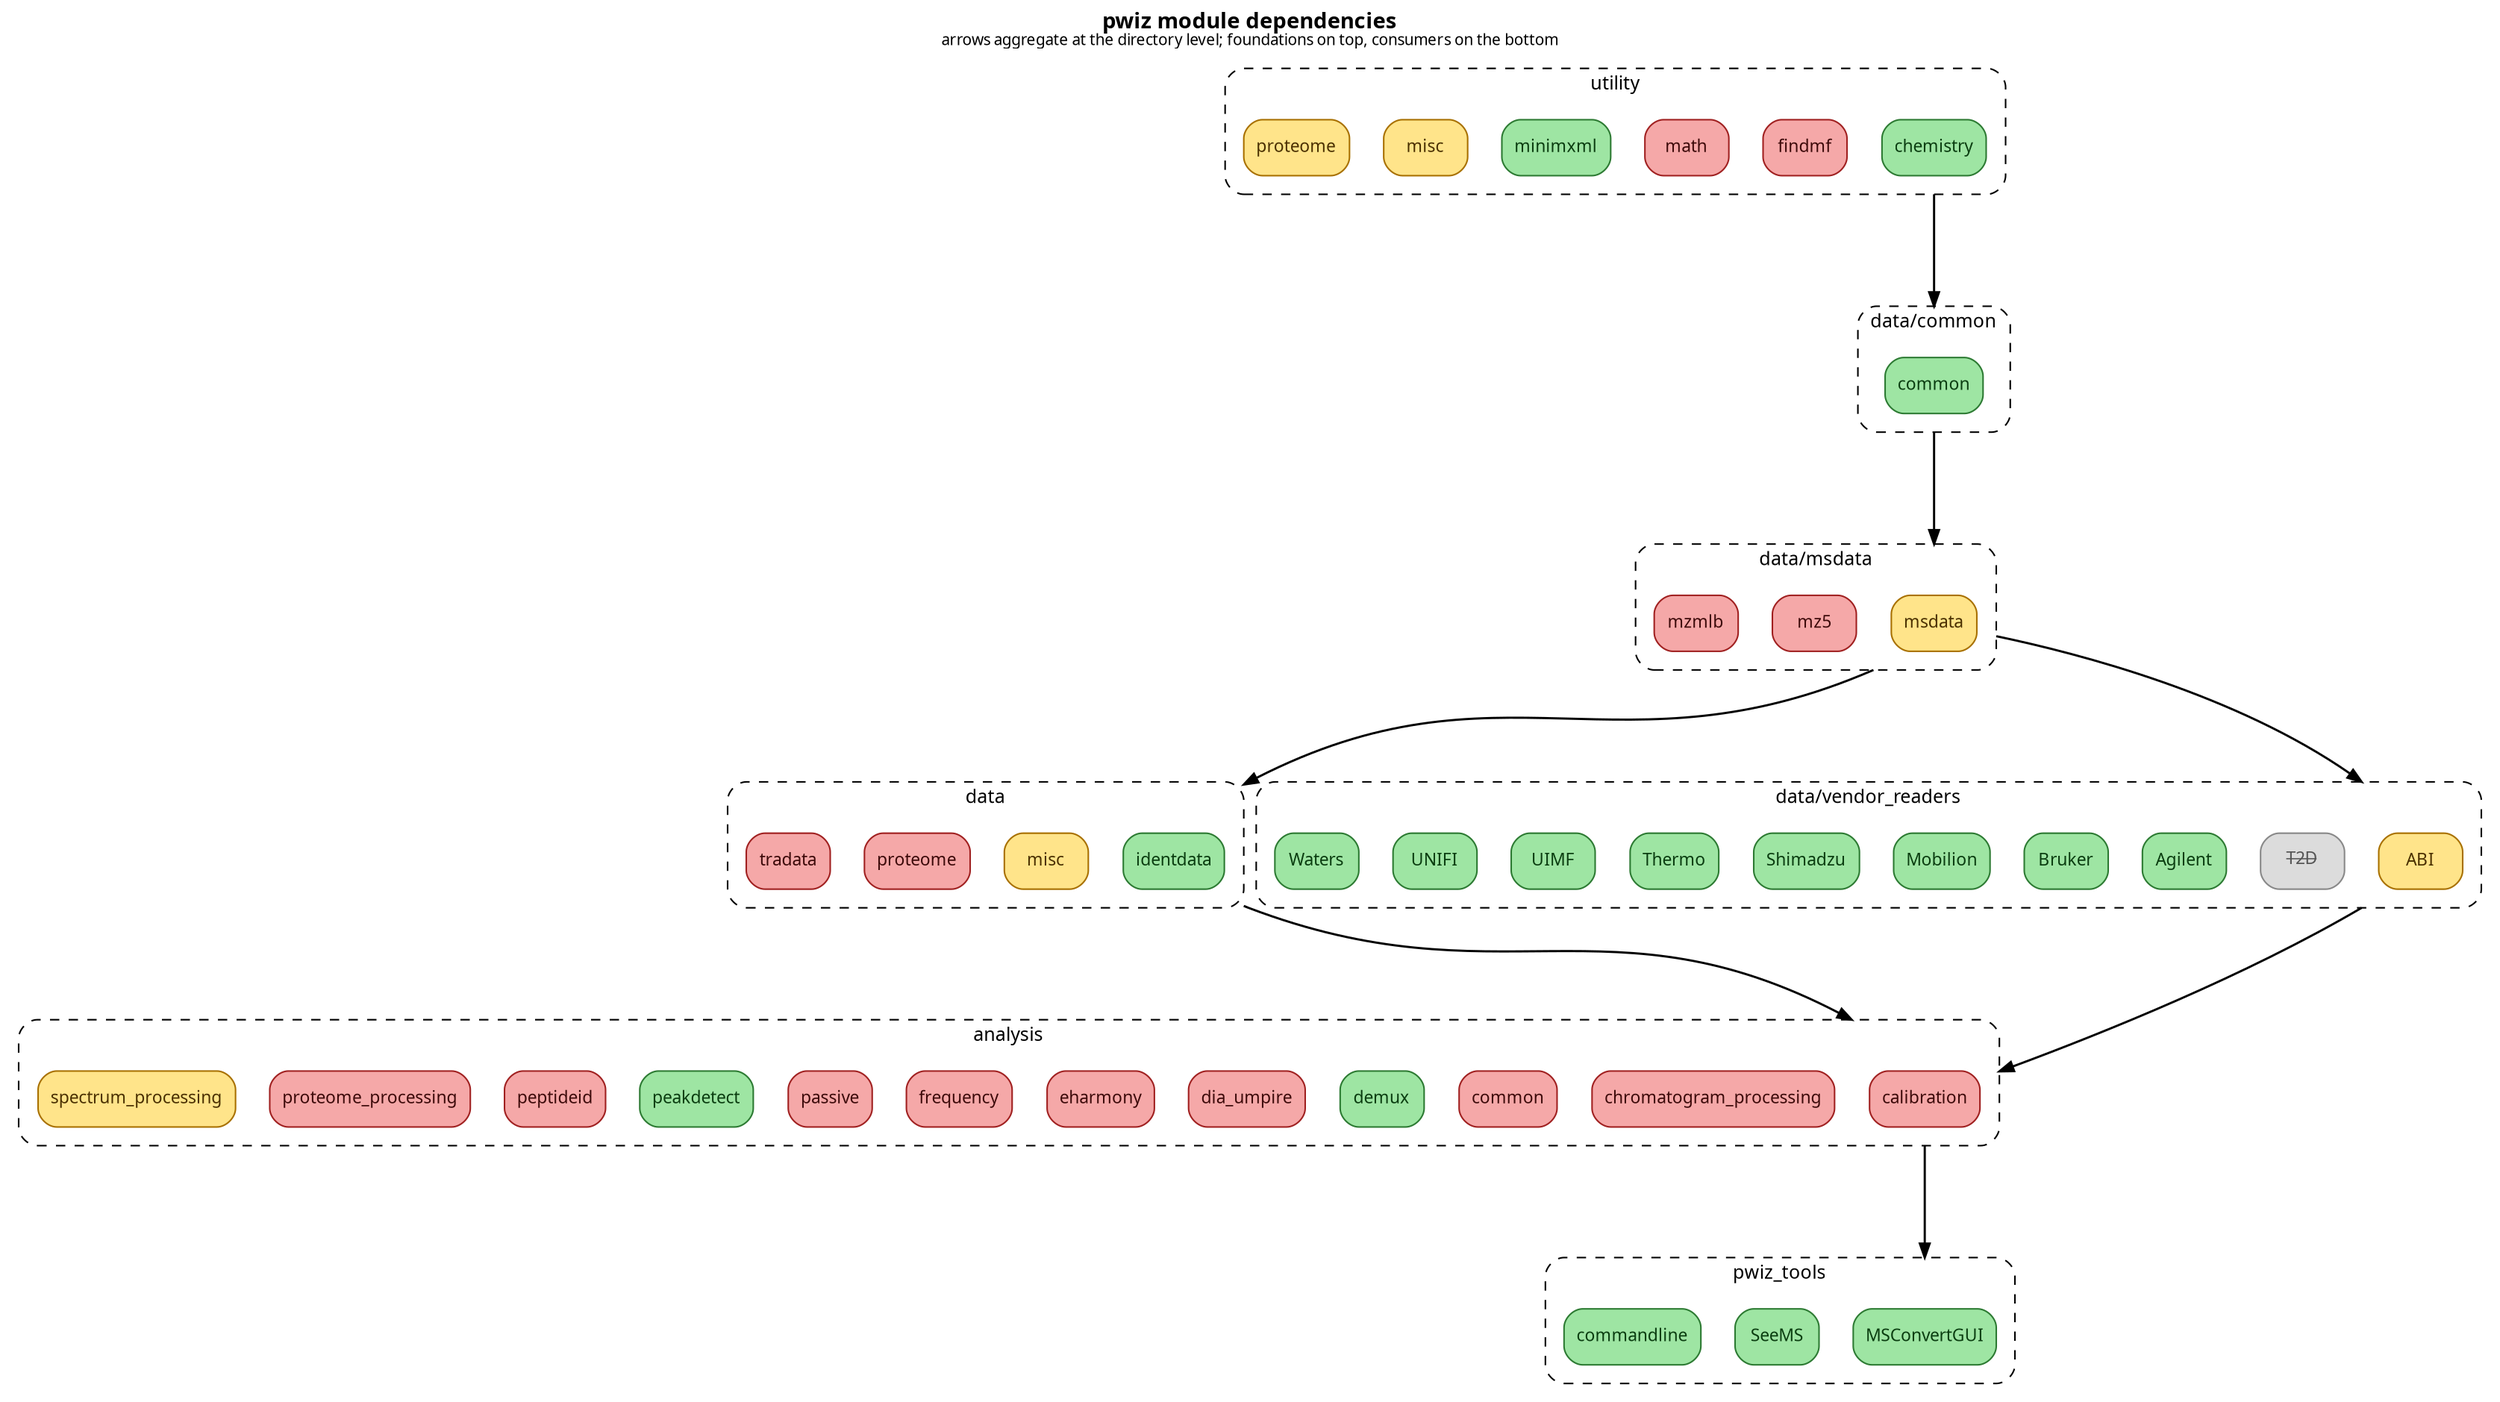
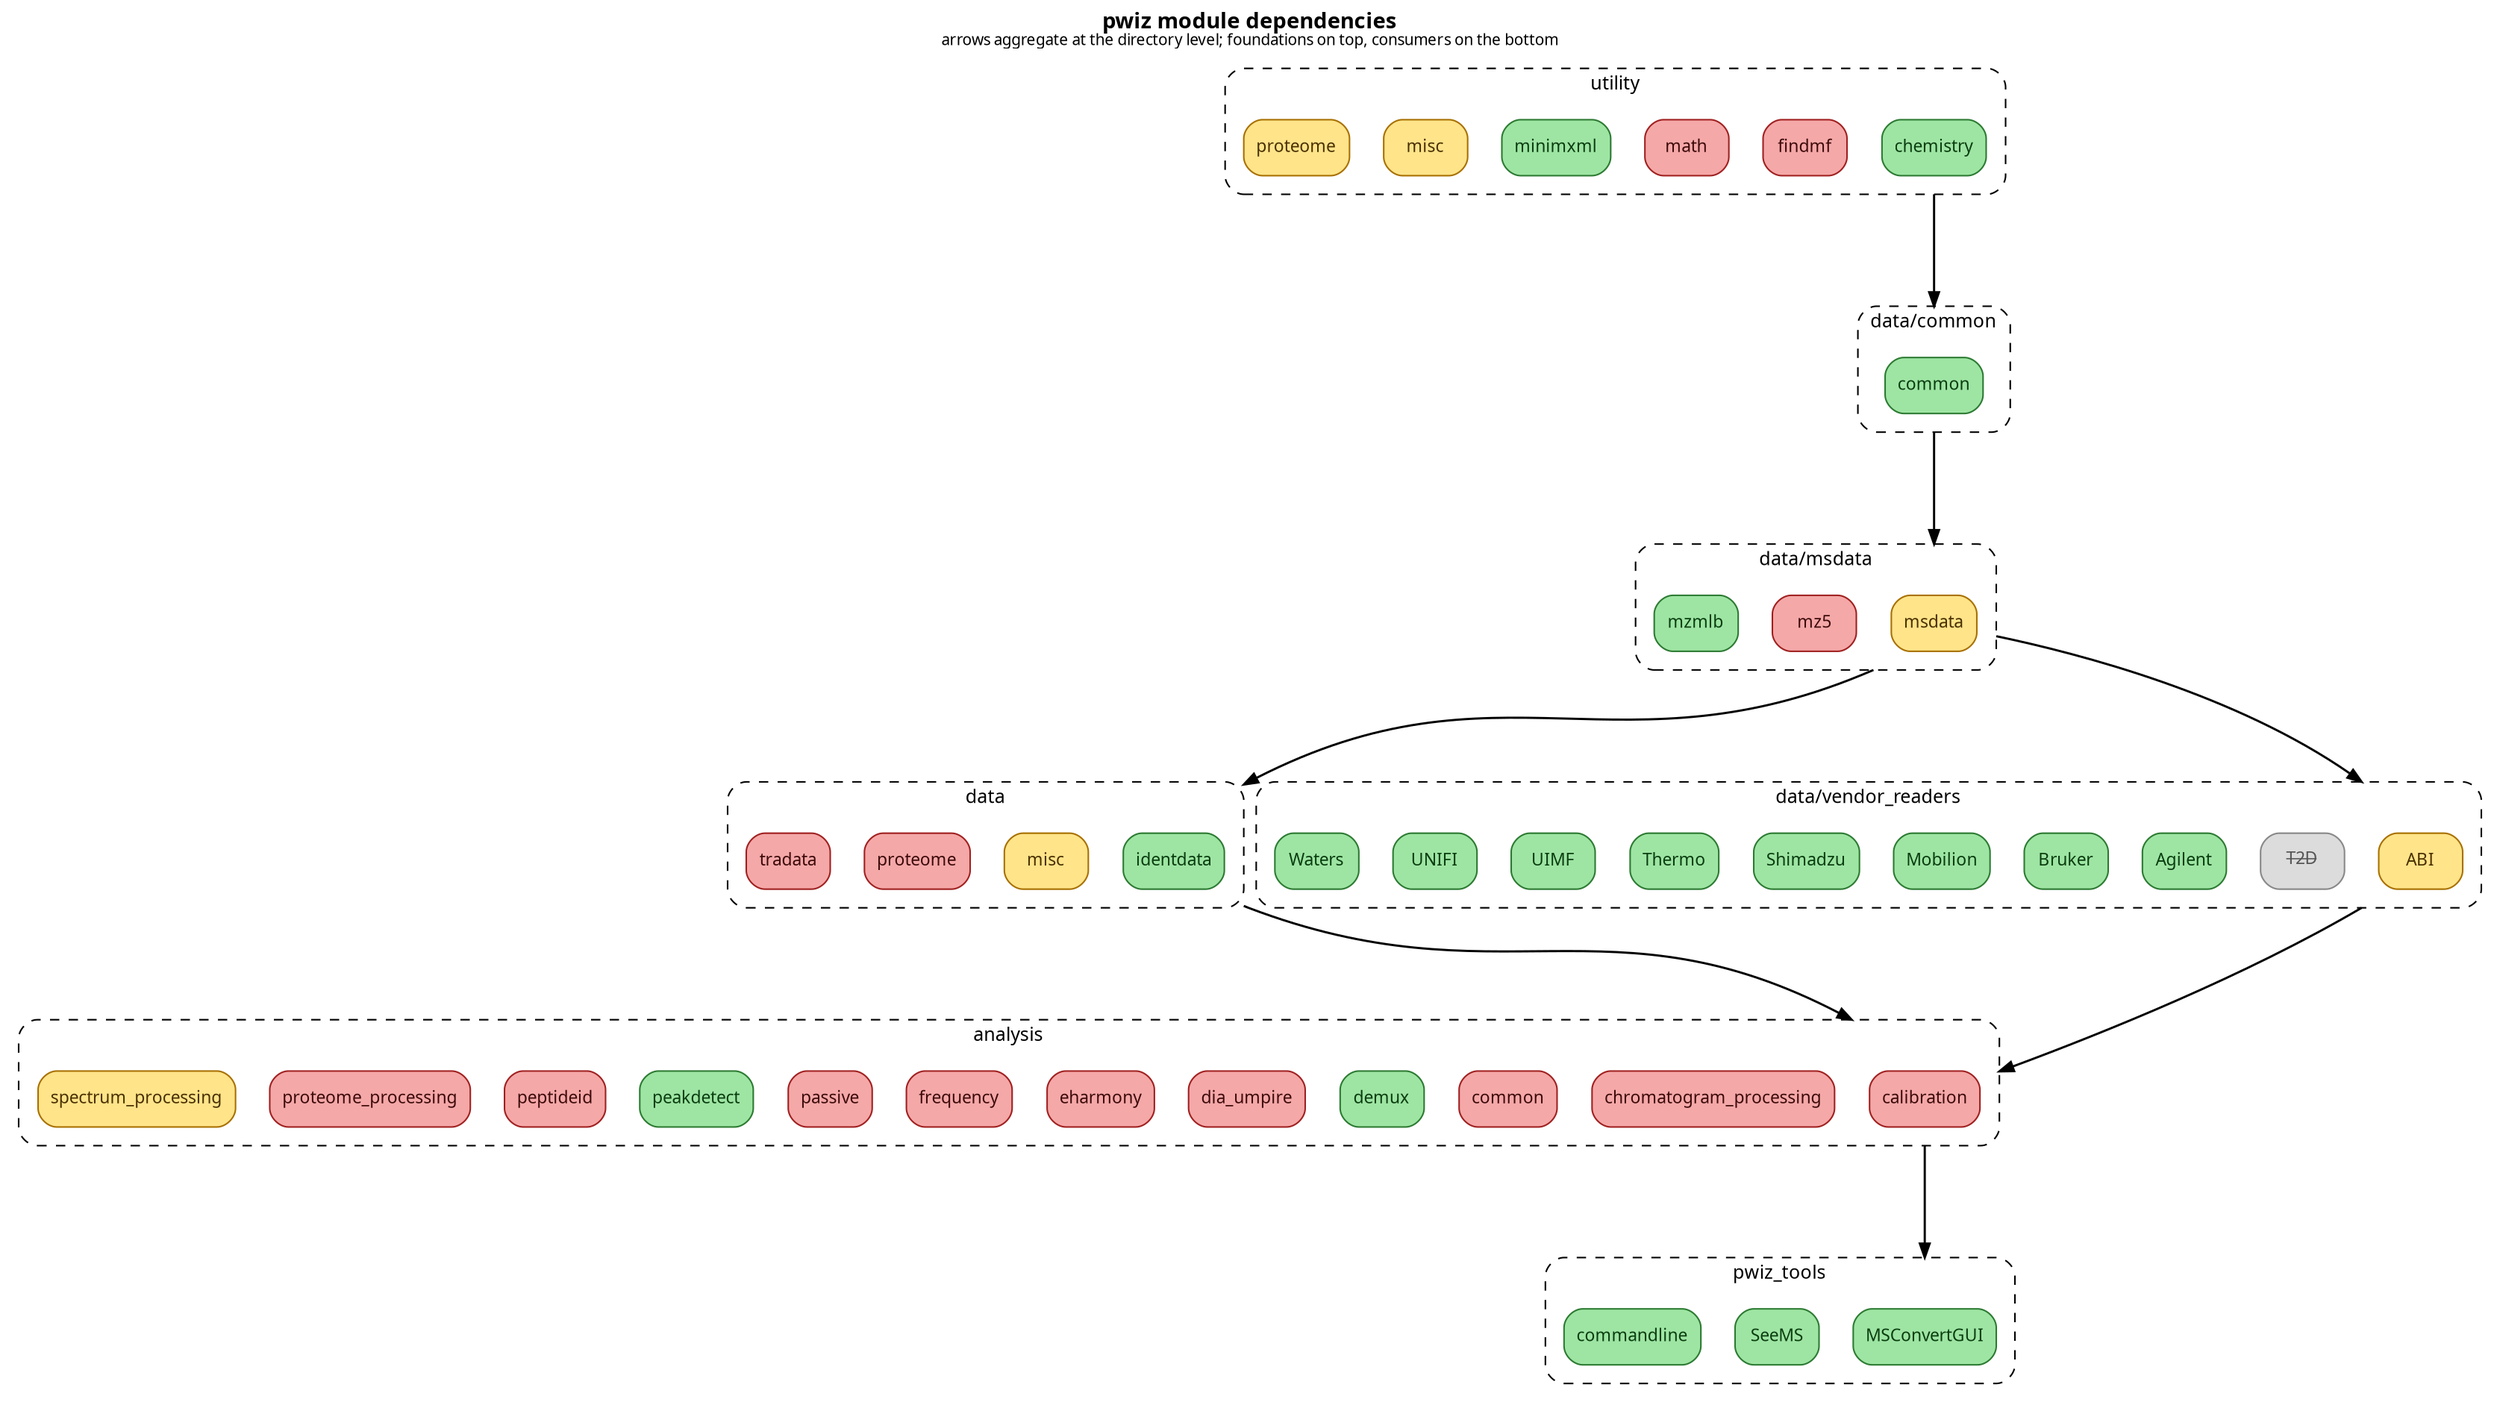
digraph pwiz_modules {
  rankdir=TB;
  labelloc=t;
  label=<<b>pwiz module dependencies</b><br/><font point-size="10">arrows aggregate at the directory level; foundations on top, consumers on the bottom</font>>;
  fontname="Segoe UI";
  node [shape=box, style="filled,rounded", fontname="Segoe UI", fontsize=11];
  edge [color="#444", penwidth=1.4, arrowsize=0.9];
  splines=spline;
  ranksep=0.8; nodesep=0.3;
  compound=true;

  subgraph cluster_analysis {
    label="analysis";
    style="rounded,dashed";
    color="#888";
    fontname="Segoe UI";
    fontsize=12;
    margin=12;
    n_analysis__calibration [label="calibration", fillcolor="#f5a8a8", color="#a02020", fontcolor="#3d0a0a"];
    n_analysis__chromatogram_processing [label="chromatogram_processing", fillcolor="#f5a8a8", color="#a02020", fontcolor="#3d0a0a"];
    n_analysis__common [label="common", fillcolor="#f5a8a8", color="#a02020", fontcolor="#3d0a0a"];
    n_analysis__demux [label="demux", fillcolor="#9ee5a3", color="#2c7a32", fontcolor="#0a3d10"];
    n_analysis__dia_umpire [label="dia_umpire", fillcolor="#f5a8a8", color="#a02020", fontcolor="#3d0a0a"];
    n_analysis__eharmony [label="eharmony", fillcolor="#f5a8a8", color="#a02020", fontcolor="#3d0a0a"];
    n_analysis__frequency [label="frequency", fillcolor="#f5a8a8", color="#a02020", fontcolor="#3d0a0a"];
    n_analysis__passive [label="passive", fillcolor="#f5a8a8", color="#a02020", fontcolor="#3d0a0a"];
    n_analysis__peakdetect [label="peakdetect", fillcolor="#9ee5a3", color="#2c7a32", fontcolor="#0a3d10"];
    n_analysis__peptideid [label="peptideid", fillcolor="#f5a8a8", color="#a02020", fontcolor="#3d0a0a"];
    n_analysis__proteome_processing [label="proteome_processing", fillcolor="#f5a8a8", color="#a02020", fontcolor="#3d0a0a"];
    n_analysis__spectrum_processing [label="spectrum_processing", fillcolor="#ffe48a", color="#a87000", fontcolor="#4a3000"];
  }

  subgraph cluster_data {
    label="data";
    style="rounded,dashed";
    color="#888";
    fontname="Segoe UI";
    fontsize=12;
    margin=12;
    n_data__identdata [label="identdata", fillcolor="#9ee5a3", color="#2c7a32", fontcolor="#0a3d10"];
    n_data__misc [label="misc", fillcolor="#ffe48a", color="#a87000", fontcolor="#4a3000"];
    n_data__proteome [label="proteome", fillcolor="#f5a8a8", color="#a02020", fontcolor="#3d0a0a"];
    n_data__tradata [label="tradata", fillcolor="#f5a8a8", color="#a02020", fontcolor="#3d0a0a"];
  }

  subgraph cluster_data_common {
    label="data/common";
    style="rounded,dashed";
    color="#888";
    fontname="Segoe UI";
    fontsize=12;
    margin=12;
    n_data__common [label="common", fillcolor="#9ee5a3", color="#2c7a32", fontcolor="#0a3d10"];
  }

  subgraph cluster_data_msdata {
    label="data/msdata";
    style="rounded,dashed";
    color="#888";
    fontname="Segoe UI";
    fontsize=12;
    margin=12;
    n_data__msdata [label="msdata", fillcolor="#ffe48a", color="#a87000", fontcolor="#4a3000"];
    n_data__msdata__mz5 [label="mz5", fillcolor="#f5a8a8", color="#a02020", fontcolor="#3d0a0a"];
-     n_data__msdata__mzmlb [label="mzmlb", fillcolor="#f5a8a8", color="#a02020", fontcolor="#3d0a0a"];
+     n_data__msdata__mzmlb [label="mzmlb", fillcolor="#9ee5a3", color="#2c7a32", fontcolor="#0a3d10"];
  }

  subgraph cluster_data_vendor_readers {
    label="data/vendor_readers";
    style="rounded,dashed";
    color="#888";
    fontname="Segoe UI";
    fontsize=12;
    margin=12;
    n_data__vendor_readers__ABI [label="ABI", fillcolor="#ffe48a", color="#a87000", fontcolor="#4a3000"];
    n_data__vendor_readers__ABI__T2D [label=<<s>T2D</s>>, fillcolor="#dcdcdc", color="#888888", fontcolor="#555555"];
    n_data__vendor_readers__Agilent [label="Agilent", fillcolor="#9ee5a3", color="#2c7a32", fontcolor="#0a3d10"];
    n_data__vendor_readers__Bruker [label="Bruker", fillcolor="#9ee5a3", color="#2c7a32", fontcolor="#0a3d10"];
    n_data__vendor_readers__Mobilion [label="Mobilion", fillcolor="#9ee5a3", color="#2c7a32", fontcolor="#0a3d10"];
    n_data__vendor_readers__Shimadzu [label="Shimadzu", fillcolor="#9ee5a3", color="#2c7a32", fontcolor="#0a3d10"];
    n_data__vendor_readers__Thermo [label="Thermo", fillcolor="#9ee5a3", color="#2c7a32", fontcolor="#0a3d10"];
    n_data__vendor_readers__UIMF [label="UIMF", fillcolor="#9ee5a3", color="#2c7a32", fontcolor="#0a3d10"];
    n_data__vendor_readers__UNIFI [label="UNIFI", fillcolor="#9ee5a3", color="#2c7a32", fontcolor="#0a3d10"];
    n_data__vendor_readers__Waters [label="Waters", fillcolor="#9ee5a3", color="#2c7a32", fontcolor="#0a3d10"];
  }

  subgraph cluster_pwiz_tools {
    label="pwiz_tools";
    style="rounded,dashed";
    color="#888";
    fontname="Segoe UI";
    fontsize=12;
    margin=12;
    n_pwiz_tools__MSConvertGUI [label="MSConvertGUI", fillcolor="#9ee5a3", color="#2c7a32", fontcolor="#0a3d10"];
    n_pwiz_tools__SeeMS [label="SeeMS", fillcolor="#9ee5a3", color="#2c7a32", fontcolor="#0a3d10"];
    n_pwiz_tools__commandline [label="commandline", fillcolor="#9ee5a3", color="#2c7a32", fontcolor="#0a3d10"];
  }

  subgraph cluster_utility {
    label="utility";
    style="rounded,dashed";
    color="#888";
    fontname="Segoe UI";
    fontsize=12;
    margin=12;
    n_utility__chemistry [label="chemistry", fillcolor="#9ee5a3", color="#2c7a32", fontcolor="#0a3d10"];
    n_utility__findmf [label="findmf", fillcolor="#f5a8a8", color="#a02020", fontcolor="#3d0a0a"];
    n_utility__math [label="math", fillcolor="#f5a8a8", color="#a02020", fontcolor="#3d0a0a"];
    n_utility__minimxml [label="minimxml", fillcolor="#9ee5a3", color="#2c7a32", fontcolor="#0a3d10"];
    n_utility__misc [label="misc", fillcolor="#ffe48a", color="#a87000", fontcolor="#4a3000"];
    n_utility__proteome [label="proteome", fillcolor="#ffe48a", color="#a87000", fontcolor="#4a3000"];
  }

  n_data__identdata -> n_analysis__calibration [ltail=cluster_data, lhead=cluster_analysis, minlen=2];
  n_data__vendor_readers__ABI -> n_analysis__calibration [ltail=cluster_data_vendor_readers, lhead=cluster_analysis, minlen=2];
  n_data__msdata -> n_data__identdata [ltail=cluster_data_msdata, lhead=cluster_data, minlen=2];
  n_utility__chemistry -> n_data__common [ltail=cluster_utility, lhead=cluster_data_common, minlen=2];
  n_data__common -> n_data__msdata [ltail=cluster_data_common, lhead=cluster_data_msdata, minlen=2];
  n_data__msdata -> n_data__vendor_readers__ABI [ltail=cluster_data_msdata, lhead=cluster_data_vendor_readers, minlen=2];
  n_analysis__calibration -> n_pwiz_tools__MSConvertGUI [ltail=cluster_analysis, lhead=cluster_pwiz_tools, minlen=2];
}
